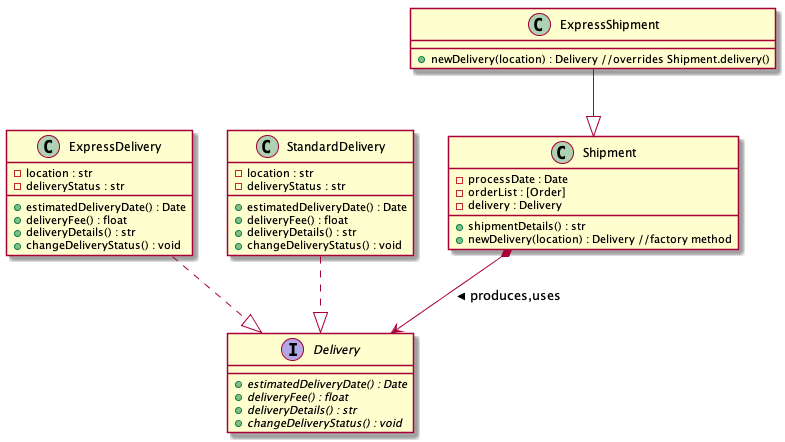
This is Markdown Lecture Notes and Lab Exercises/uml/factorymethodExample.png from HowDoIGitHelp/CMSC23MDNotes, a PlantUML export, as it was before one commit. Its diagram source:
```plantuml
@startuml
  class Shipment{
    - processDate : Date
    - orderList : [Order]
    - delivery : Delivery
    + shipmentDetails() : str
    + newDelivery(location) : Delivery //factory method
  }

  class ExpressShipment{
    + newDelivery(location) : Delivery //overrides Shipment.delivery()
  }

  interface Delivery{
    + {abstract} estimatedDeliveryDate() : Date
    + {abstract} deliveryFee() : float
    + {abstract} deliveryDetails() : str
    + {abstract} changeDeliveryStatus() : void
  }

  class ExpressDelivery{
  - location : str
  - deliveryStatus : str
  + estimatedDeliveryDate() : Date
  + deliveryFee() : float
  + deliveryDetails() : str
  + changeDeliveryStatus() : void
  }

  class StandardDelivery{
    - location : str
    - deliveryStatus : str
    + estimatedDeliveryDate() : Date
    + deliveryFee() : float
    + deliveryDetails() : str
    + changeDeliveryStatus() : void
  }

Shipment *--> Delivery : produces,uses >
StandardDelivery ..|> Delivery
ExpressDelivery ..|> Delivery
ExpressShipment --|> Shipment
@enduml
```
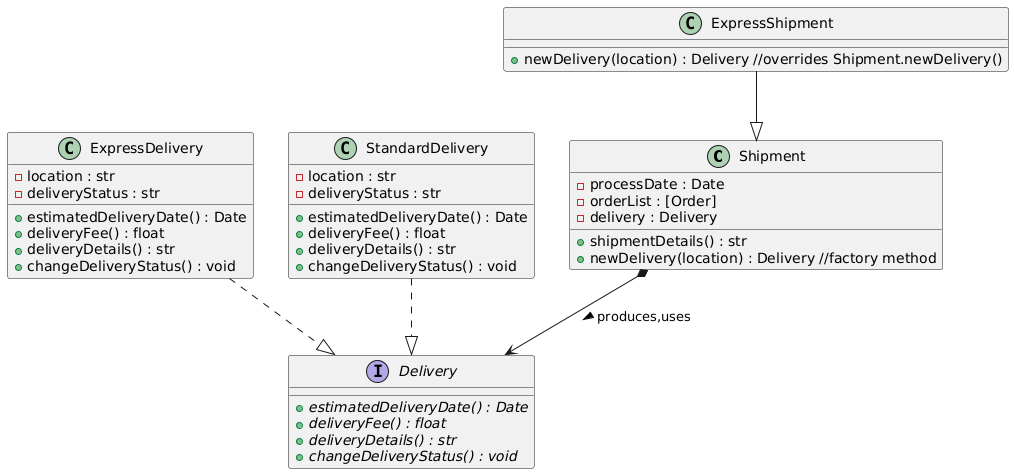
After the change.

Commit message:
update factory method uml

Diff of the diagram source:
```diff
@@ -1,5 +1,5 @@
 @startuml
-  class Shipment{
+class Shipment{
     - processDate : Date
     - orderList : [Order]
     - delivery : Delivery
@@ -8,7 +8,7 @@
   }
 
   class ExpressShipment{
-    + newDelivery(location) : Delivery //overrides Shipment.delivery()
+    + newDelivery(location) : Delivery //overrides Shipment.newDelivery()
   }
 
   interface Delivery{
```
